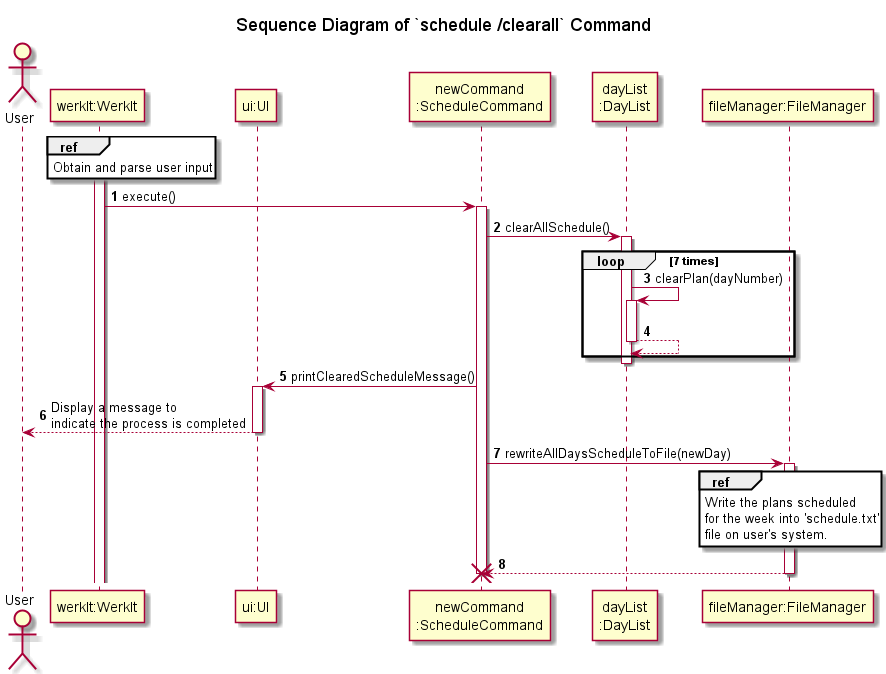
Before: docs/uml/sequenceDiagrams/schedule/images/clearAllSchedule.png, a diagram exported from PlantUML (nus-cs2113-AY2122S2/tp). Source of this version:
```plantuml
@startuml
!include ../../Style.puml

autonumber

title Sequence Diagram of `schedule /clearall` Command

actor   User
participant "werkIt:WerkIt" AS WerkIt
participant "ui:UI" AS UI
participant "newCommand\n:ScheduleCommand" AS newCommand
participant "dayList\n:DayList" AS DayList


activate WerkIt
ref over WerkIt
Obtain and parse user input
end

WerkIt -> newCommand : execute()
activate newCommand

newCommand -> DayList : clearAllSchedule()
activate DayList
loop 7 times
DayList -> DayList : clearPlan(dayNumber)
activate DayList
return
end
deactivate DayList

newCommand -> UI : printClearedScheduleMessage()
activate UI
UI --> User: Display a message to \nindicate the process is completed
deactivate UI

participant "fileManager:FileManager" as FileManager
newCommand -> FileManager : rewriteAllDaysScheduleToFile(newDay)
activate FileManager
ref over FileManager
Write the plans scheduled
for the week into 'schedule.txt'
file on user's system.
end
newCommand <-- FileManager
deactivate FileManager

destroy newCommand
@enduml
```
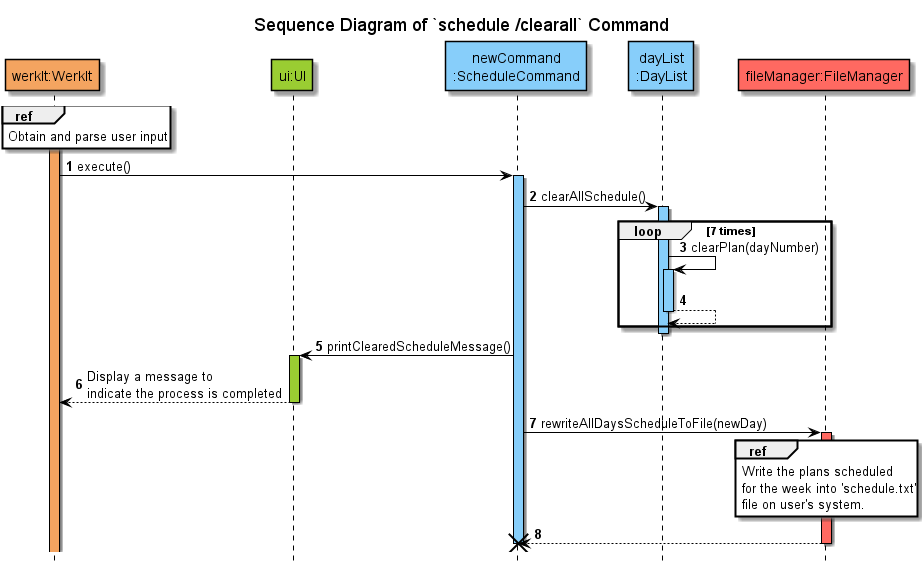
Later version of the same file.

The edit, as a diff of the source:
```diff
@@ -4,39 +4,39 @@
 autonumber
 
 title Sequence Diagram of `schedule /clearall` Command
+hide footbox
 
-actor   User
-participant "werkIt:WerkIt" AS WerkIt
-participant "ui:UI" AS UI
-participant "newCommand\n:ScheduleCommand" AS newCommand
-participant "dayList\n:DayList" AS DayList
+participant "werkIt:WerkIt" AS WerkIt COLOR_WERKIT
+participant "ui:UI" AS UI COLOR_UI
+participant "newCommand\n:ScheduleCommand" AS newCommand COLOR_LOGIC
+participant "dayList\n:DayList" AS DayList COLOR_LOGIC
 
 
-activate WerkIt
+activate WerkIt COLOR_WERKIT
 ref over WerkIt
 Obtain and parse user input
 end
 
 WerkIt -> newCommand : execute()
-activate newCommand
+activate newCommand COLOR_LOGIC
 
 newCommand -> DayList : clearAllSchedule()
-activate DayList
+activate DayList COLOR_LOGIC
 loop 7 times
 DayList -> DayList : clearPlan(dayNumber)
-activate DayList
+activate DayList COLOR_LOGIC
 return
 end
 deactivate DayList
 
 newCommand -> UI : printClearedScheduleMessage()
-activate UI
-UI --> User: Display a message to \nindicate the process is completed
+activate UI COLOR_UI
+UI --> WerkIt: Display a message to \nindicate the process is completed
 deactivate UI
 
-participant "fileManager:FileManager" as FileManager
+participant "fileManager:FileManager" as FileManager COLOR_STORAGE
 newCommand -> FileManager : rewriteAllDaysScheduleToFile(newDay)
-activate FileManager
+activate FileManager COLOR_STORAGE
 ref over FileManager
 Write the plans scheduled
 for the week into 'schedule.txt'
```
